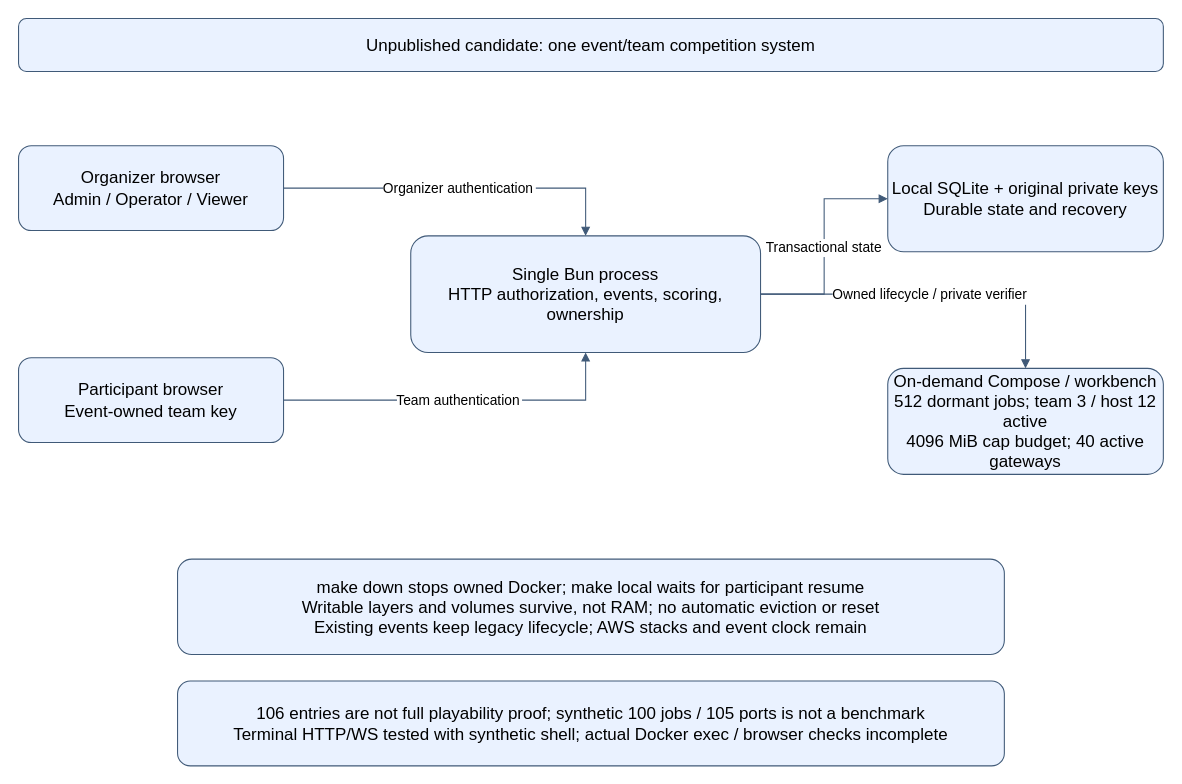
The draw.io diagram page "01 Local competition candidate" (1 of 3) of docs/architecture/diagrams/system-architecture.drawio in susumutomita/TenkaCloud, before the edit. Source tidied: cells renumbered, new cells numbered last; positions are measured from the earlier drawing's top-left corner, leaving out a move shared by most shapes. Both pictures are drawn from the tidied source at 106%, with x=0, y=0 at pixel (18, 18).
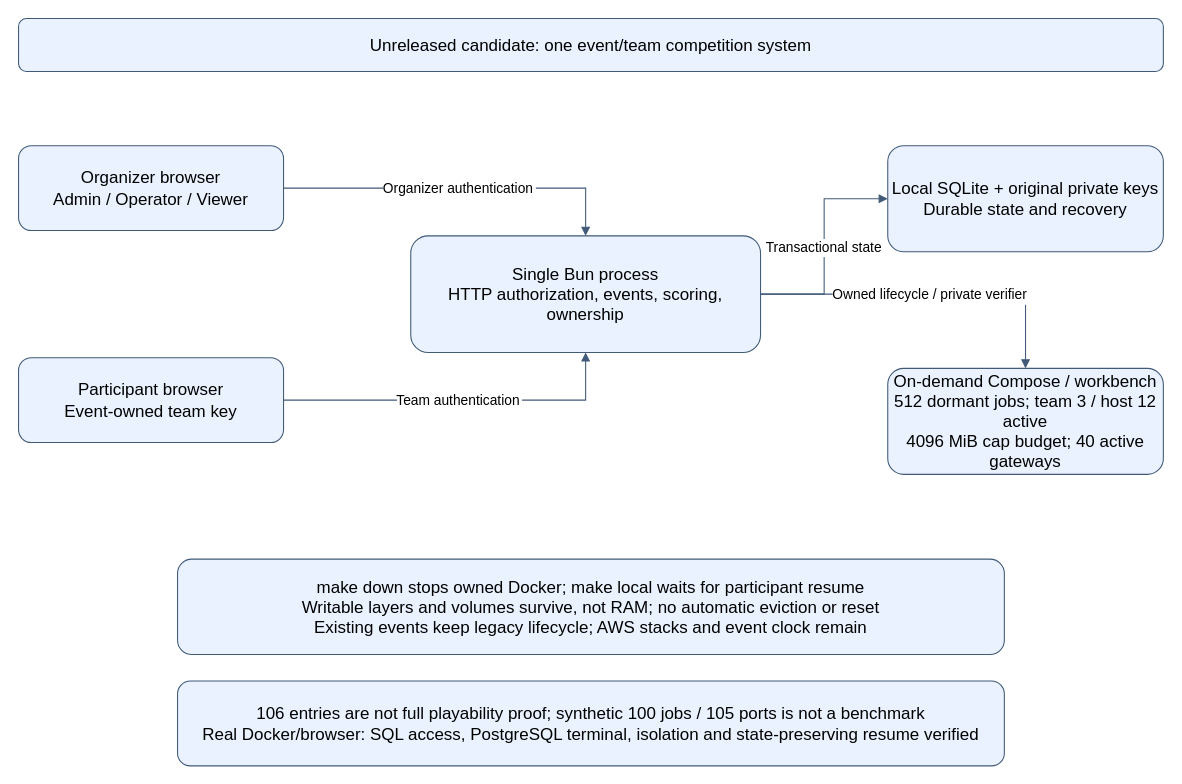
The same page after the edit.

Change to the diagram source:
```diff
@@
 <mxGraphModel>
   <root>
     <mxCell id="0" />
     <mxCell id="1" parent="0" />
-    <mxCell id="2" value="Unpublished candidate: one event/team competition system" style="rounded=1;whiteSpace=wrap;html=0;fillColor=#eaf2ff;strokeColor=#405a78;fontSize=16;" parent="1" vertex="1">
+    <mxCell id="2" value="Unreleased candidate: one event/team competition system" style="rounded=1;whiteSpace=wrap;html=0;fillColor=#eaf2ff;strokeColor=#405a78;fontSize=16;" parent="1" vertex="1">
       <mxGeometry width="1080" height="50" as="geometry" />
     </mxCell>
     <mxCell id="3" value="Organizer browser&#10;Admin / Operator / Viewer" style="rounded=1;whiteSpace=wrap;html=0;fillColor=#eaf2ff;strokeColor=#405a78;fontSize=16;" parent="1" vertex="1">
       <mxGeometry y="120" width="250" height="80" as="geometry" />
     </mxCell>
     <mxCell id="4" value="Participant browser&#10;Event-owned team key" style="rounded=1;whiteSpace=wrap;html=0;fillColor=#eaf2ff;strokeColor=#405a78;fontSize=16;" parent="1" vertex="1">
       <mxGeometry y="320" width="250" height="80" as="geometry" />
     </mxCell>
     <mxCell id="5" value="Single Bun process&#10;HTTP authorization, events, scoring, ownership" style="rounded=1;whiteSpace=wrap;html=0;fillColor=#eaf2ff;strokeColor=#405a78;fontSize=16;" parent="1" vertex="1">
       <mxGeometry x="370" y="205" width="330" height="110" as="geometry" />
     </mxCell>
     <mxCell id="6" value="Local SQLite + original private keys&#10;Durable state and recovery" style="rounded=1;whiteSpace=wrap;html=0;fillColor=#eaf2ff;strokeColor=#405a78;fontSize=16;" parent="1" vertex="1">
       <mxGeometry x="820" y="120" width="260" height="100" as="geometry" />
     </mxCell>
     <mxCell id="7" value="On-demand Compose / workbench&#10;512 dormant jobs; team 3 / host 12 active&#10;4096 MiB cap budget; 40 active gateways" style="rounded=1;whiteSpace=wrap;html=0;fillColor=#eaf2ff;strokeColor=#405a78;fontSize=16;" parent="1" vertex="1">
       <mxGeometry x="820" y="330" width="260" height="100" as="geometry" />
     </mxCell>
     <mxCell id="8" value="make down stops owned Docker; make local waits for participant resume&#10;Writable layers and volumes survive, not RAM; no automatic eviction or reset&#10;Existing events keep legacy lifecycle; AWS stacks and event clock remain" style="rounded=1;whiteSpace=wrap;html=0;fillColor=#eaf2ff;strokeColor=#405a78;fontSize=16;" parent="1" vertex="1">
       <mxGeometry x="150" y="510" width="780" height="90" as="geometry" />
     </mxCell>
-    <mxCell id="9" value="106 entries are not full playability proof; synthetic 100 jobs / 105 ports is not a benchmark&#10;Terminal HTTP/WS tested with synthetic shell; actual Docker exec / browser checks incomplete" style="rounded=1;whiteSpace=wrap;html=0;fillColor=#eaf2ff;strokeColor=#405a78;fontSize=16;" parent="1" vertex="1">
+    <mxCell id="9" value="106 entries are not full playability proof; synthetic 100 jobs / 105 ports is not a benchmark&#10;Real Docker/browser: SQL access, PostgreSQL terminal, isolation and state-preserving resume verified" style="rounded=1;whiteSpace=wrap;html=0;fillColor=#eaf2ff;strokeColor=#405a78;fontSize=16;" parent="1" vertex="1">
       <mxGeometry x="150" y="625" width="780" height="80" as="geometry" />
     </mxCell>
     <mxCell id="10" value="Organizer authentication" style="edgeStyle=orthogonalEdgeStyle;rounded=0;endArrow=block;html=0;strokeColor=#405a78;fontSize=13;" parent="1" edge="1" source="3" target="5">
       <mxGeometry relative="1" as="geometry" />
     </mxCell>
     <mxCell id="11" value="Team authentication" style="edgeStyle=orthogonalEdgeStyle;rounded=0;endArrow=block;html=0;strokeColor=#405a78;fontSize=13;" parent="1" edge="1" source="4" target="5">
       <mxGeometry relative="1" as="geometry" />
     </mxCell>
     <mxCell id="12" value="Transactional state" style="edgeStyle=orthogonalEdgeStyle;rounded=0;endArrow=block;html=0;strokeColor=#405a78;fontSize=13;" parent="1" edge="1" source="5" target="6">
       <mxGeometry relative="1" as="geometry" />
     </mxCell>
     <mxCell id="13" value="Owned lifecycle / private verifier" style="edgeStyle=orthogonalEdgeStyle;rounded=0;endArrow=block;html=0;strokeColor=#405a78;fontSize=13;" parent="1" edge="1" source="5" target="7">
       <mxGeometry relative="1" as="geometry" />
     </mxCell>
   </root>
 </mxGraphModel>
```
